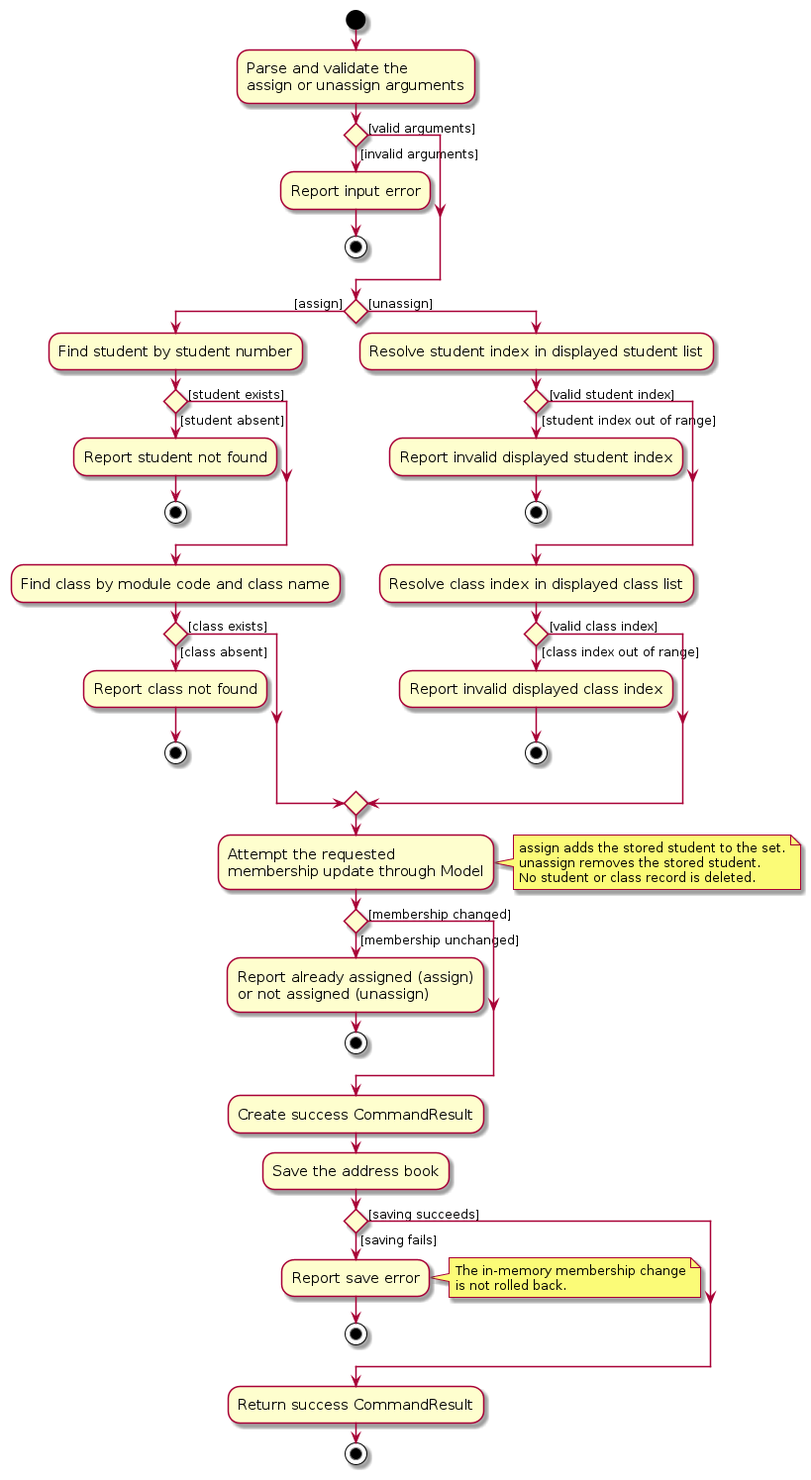
Above: diagrams/AssignUnassignActivityDiagram.png in AY2627S1-CS2103-F10-2/tp (PlantUML), before the change. Its source is kept beside it as diagrams/AssignUnassignActivityDiagram.puml.
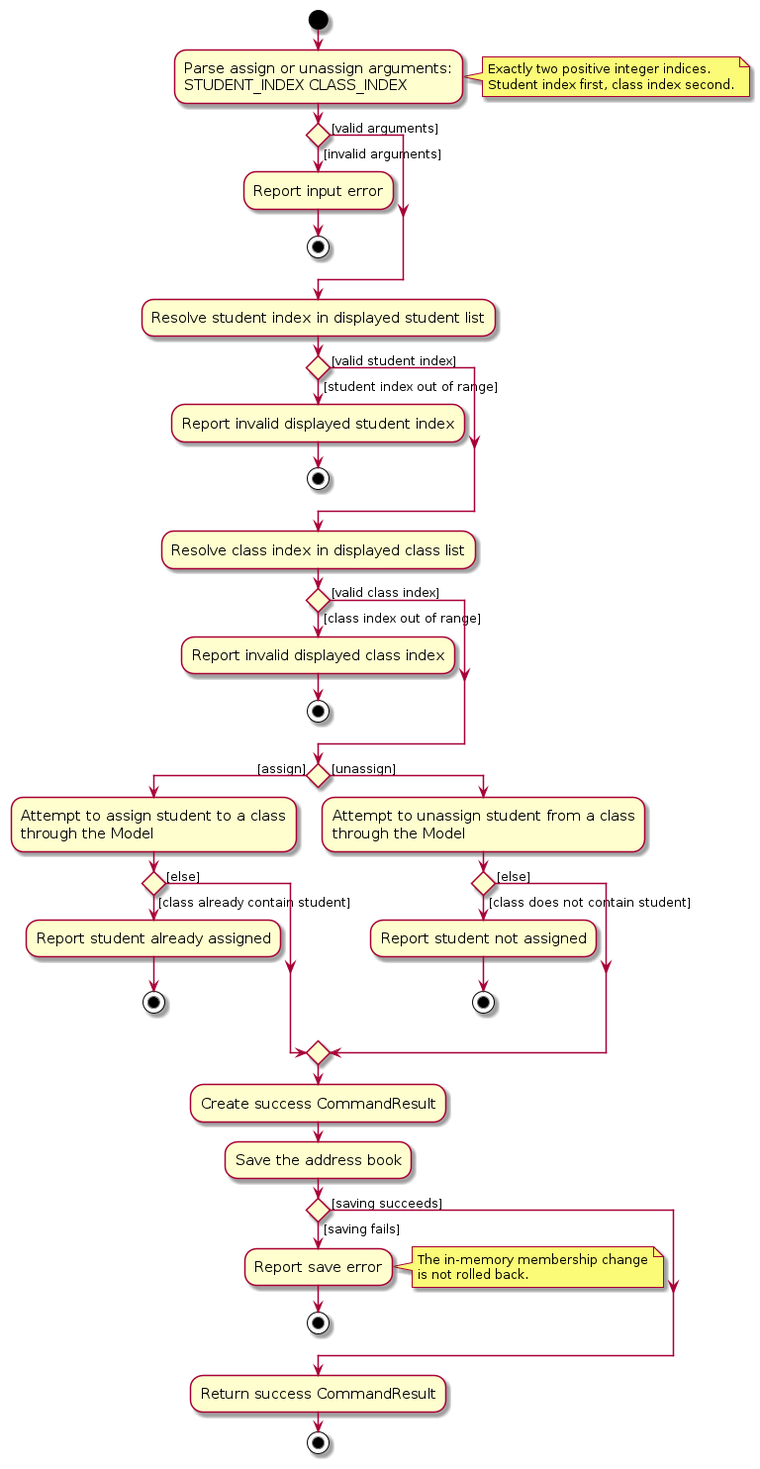
Later version of the same file.

What changed in the source:
```diff
@@ -4,8 +4,12 @@
 skinparam ArrowFontSize 12
 
 start
-:Parse and validate the
-assign or unassign arguments;
+:Parse assign or unassign arguments:
+STUDENT_INDEX CLASS_INDEX;
+note right
+Exactly two positive integer indices.
+Student index first, class index second.
+end note
 
 if () then ([invalid arguments])
     :Report input error;
@@ -13,47 +17,35 @@
 else ([valid arguments])
 endif
 
+:Resolve student index in displayed student list;
+if () then ([student index out of range])
+    :Report invalid displayed student index;
+    stop
+else ([valid student index])
+endif
+:Resolve class index in displayed class list;
+if () then ([class index out of range])
+    :Report invalid displayed class index;
+    stop
+else ([valid class index])
+endif
+
 if () then ([assign])
-    :Find student by student number;
-    if () then ([student absent])
-        :Report student not found;
+    :Attempt to assign student to a class
+    through the Model;
+    if () then ([class already contain student])
+        :Report student already assigned;
         stop
-    else ([student exists])
-    endif
-    :Find class by module code and class name;
-    if () then ([class absent])
-        :Report class not found;
-        stop
-    else ([class exists])
+    else ([else])
     endif
 else ([unassign])
-    :Resolve student index in displayed student list;
-    if () then ([student index out of range])
-        :Report invalid displayed student index;
+    :Attempt to unassign student from a class
+    through the Model;
+    if () then ([class does not contain student])
+        :Report student not assigned;
         stop
-    else ([valid student index])
+    else ([else])
     endif
-    :Resolve class index in displayed class list;
-    if () then ([class index out of range])
-        :Report invalid displayed class index;
-        stop
-    else ([valid class index])
-    endif
-endif
-
-:Attempt the requested
-membership update through Model;
-note right
-assign adds the stored student to the set.
-unassign removes the stored student.
-No student or class record is deleted.
-end note
-
-if () then ([membership unchanged])
-    :Report already assigned (assign)
-    or not assigned (unassign);
-    stop
-else ([membership changed])
 endif
 
 :Create success CommandResult;
```
